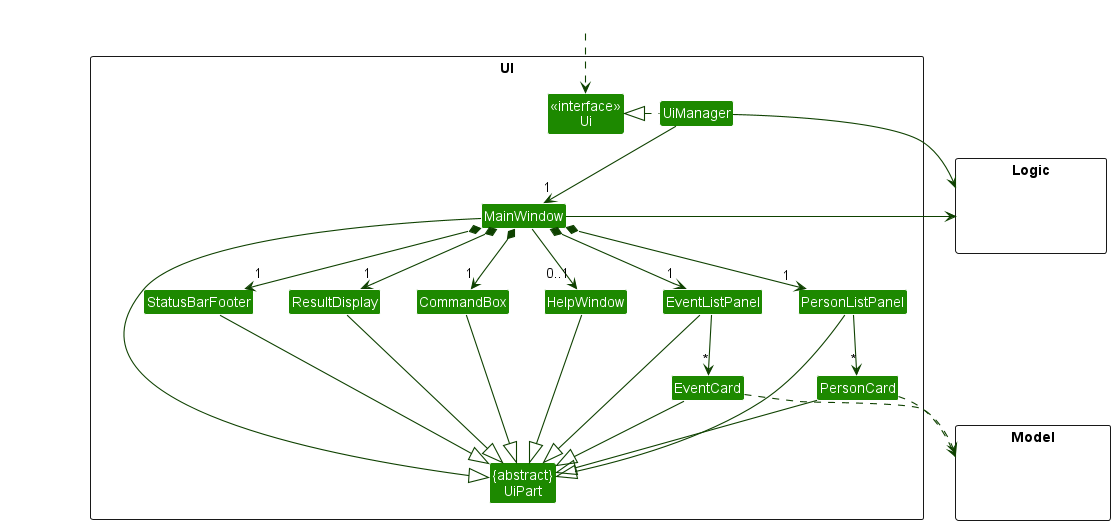
This is docs/images/UiClassDiagram.png from nus-cs2103-AY2223S2/tp, a PlantUML export, as it was before one commit. Its source is kept beside it as docs/diagrams/UiClassDiagram.puml.
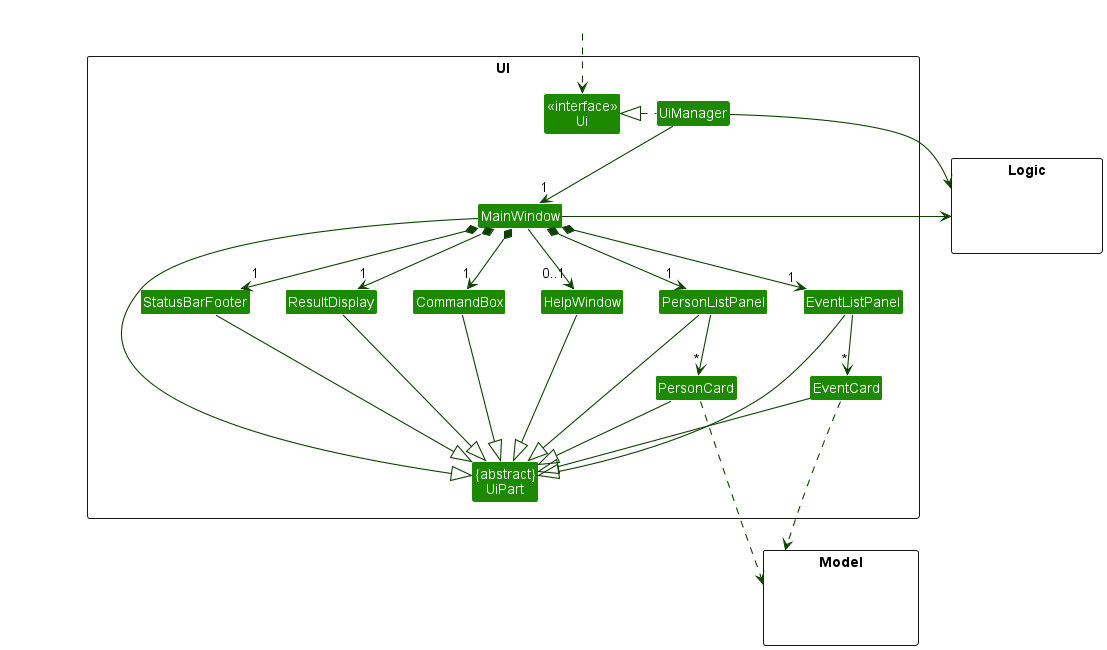
After the change.

Commit message:
Update UiClassDiagram for better visibility

Change to the diagram source:
```diff
@@ -53,8 +53,8 @@
 StatusBarFooter --|> UiPart
 HelpWindow --|> UiPart
 
-PersonCard ..> Model
-EventCard ..> Model
+PersonCard ...> Model
+EventCard ...> Model
 UiManager -right-> Logic
 MainWindow -left-> Logic
 
```
